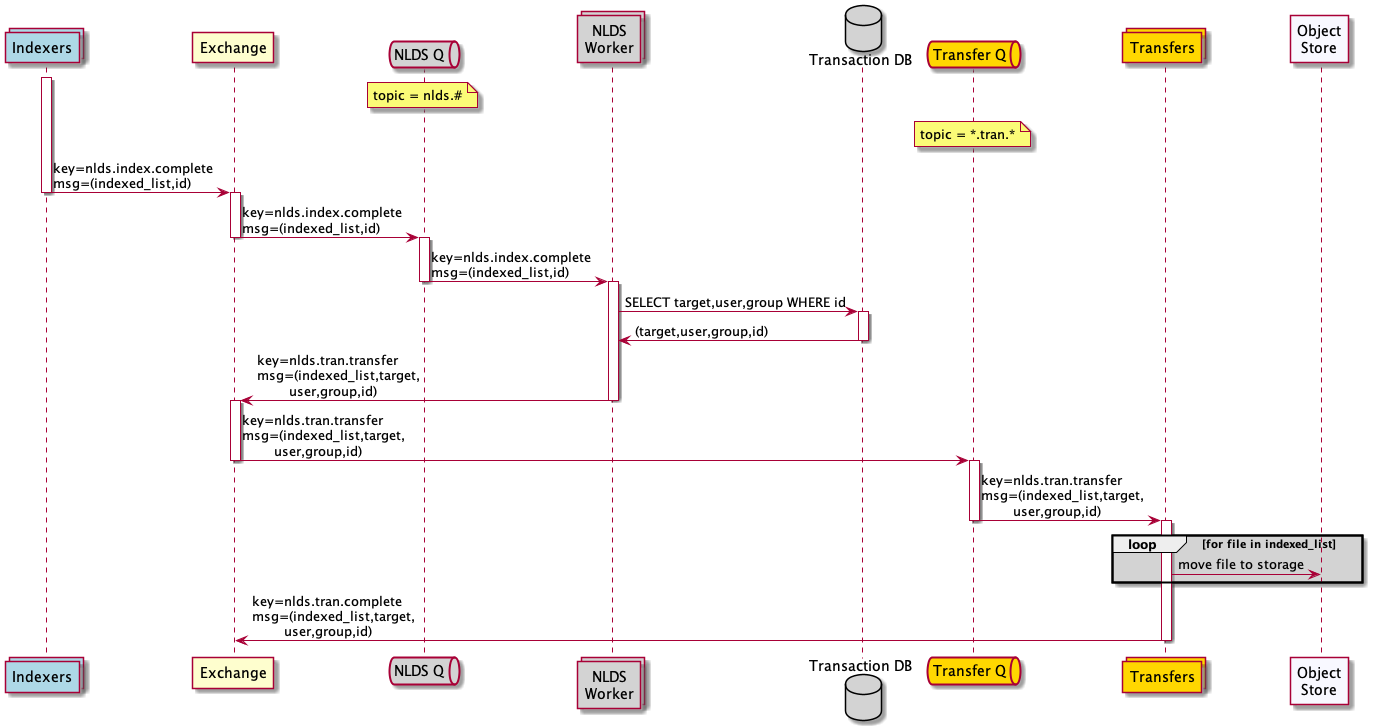
This is doc/uml/message_flow_put2.png from cedadev/nlds, a PlantUML export, as it was before one commit.
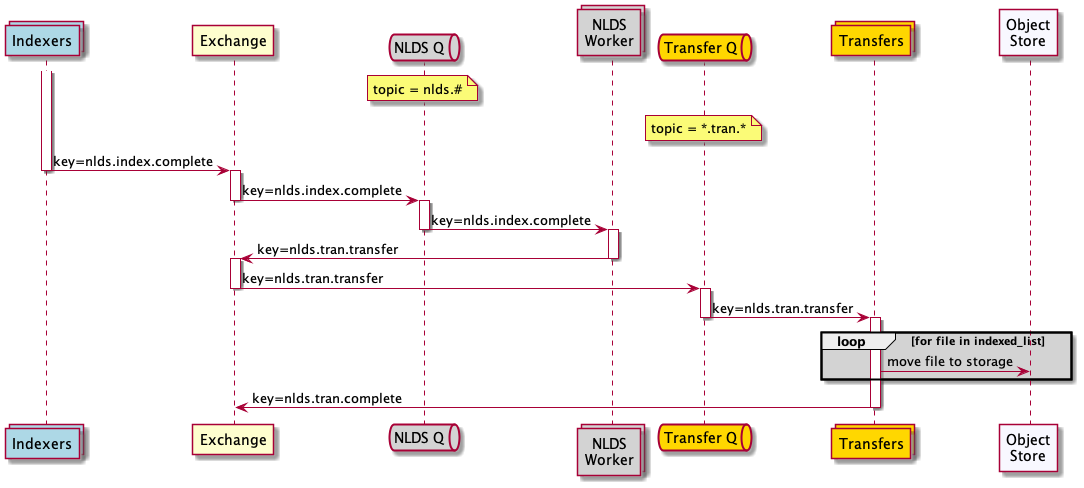
After the change.

Commit message:
Updated message formats and message flow to remove transaction DB

Change to the diagram source:
```diff
@@ -9,8 +9,6 @@
     topic = nlds.#
 end note
 collections work as "NLDS\nWorker" #lightgrey
-database iddb as "Transaction DB" #lightgrey
-
 queue qt as "Transfer Q" #gold
 note over qt
     topic = *.tran.*
@@ -20,32 +18,28 @@
 participant obj as "Object\nStore" #GhostWhite
 
 activate index
-index -> wex : key=nlds.index.complete\nmsg=(indexed_list,id)
+index -> wex : key=nlds.index.complete
 deactivate index
 activate wex
-wex -> qw : key=nlds.index.complete\nmsg=(indexed_list,id)
+wex -> qw : key=nlds.index.complete
 deactivate wex
 activate qw
-qw -> work : key=nlds.index.complete\nmsg=(indexed_list,id)
+qw -> work : key=nlds.index.complete
 deactivate qw
 activate work
-work -> iddb : SELECT target,user,group WHERE id
-activate iddb
-iddb -> work : (target,user,group,id)
-deactivate iddb
-work -> wex  : key=nlds.tran.transfer\nmsg=(indexed_list,target,\n\tuser,group,id)
+work -> wex  : key=nlds.tran.transfer
 deactivate work
 activate wex
-wex -> qt : key=nlds.tran.transfer\nmsg=(indexed_list,target,\n\tuser,group,id)
+wex -> qt : key=nlds.tran.transfer
 deactivate wex
 activate qt
-qt -> tran : key=nlds.tran.transfer\nmsg=(indexed_list,target,\n\tuser,group,id)
+qt -> tran : key=nlds.tran.transfer
 deactivate qt
 
 activate tran
 loop #lightgrey for file in indexed_list
     tran -> obj : move file to storage
 end
-tran -> wex : key=nlds.tran.complete\nmsg=(indexed_list,target,\n\tuser,group,id)
+tran -> wex : key=nlds.tran.complete
 deactivate tran
 @enduml
```
